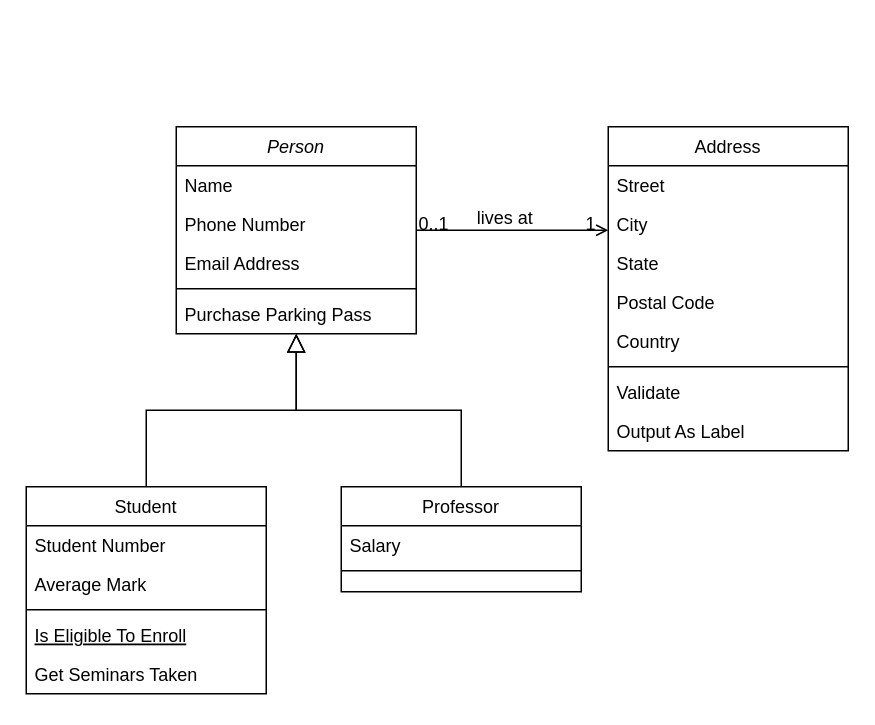
Before: drawio_files/9.drawio in frostaag/diagrams-v2, a draw.io diagram. Source tidied: cells renumbered, new cells numbered last; positions are measured from the earlier drawing's top-left corner, leaving out a move shared by most shapes. Both pictures are drawn from the tidied source at 150%, with x=0, y=0 at pixel (26, 126).
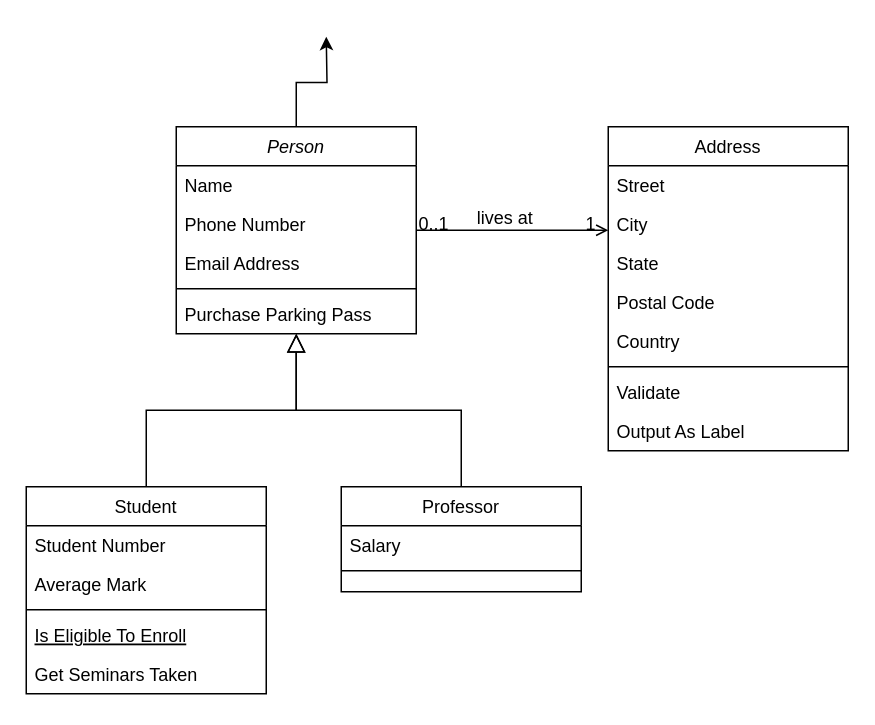
The same page after the edit.

The change refers to these unchanged cells:
```xml
<mxCell id="2" value="Person" style="swimlane;fontStyle=2;align=center;verticalAlign=top;horizontal=1;startSize=26;rounded=0;shadow=0;strokeWidth=1;" parent="1" vertex="1">
  <mxGeometry x="100" width="160" height="138" as="geometry" />
</mxCell>
```

Change to the diagram source:
```diff
@@
+    <mxCell id="32" style="edgeStyle=orthogonalEdgeStyle;rounded=0;jettySize=auto;html=1;exitX=0.5;exitY=0;exitDx=0;exitDy=0;" parent="1" edge="1" source="2">
+      <mxGeometry relative="1" as="geometry">
+        <mxPoint x="200" y="-60" as="targetPoint" />
+      </mxGeometry>
+    </mxCell>
```
